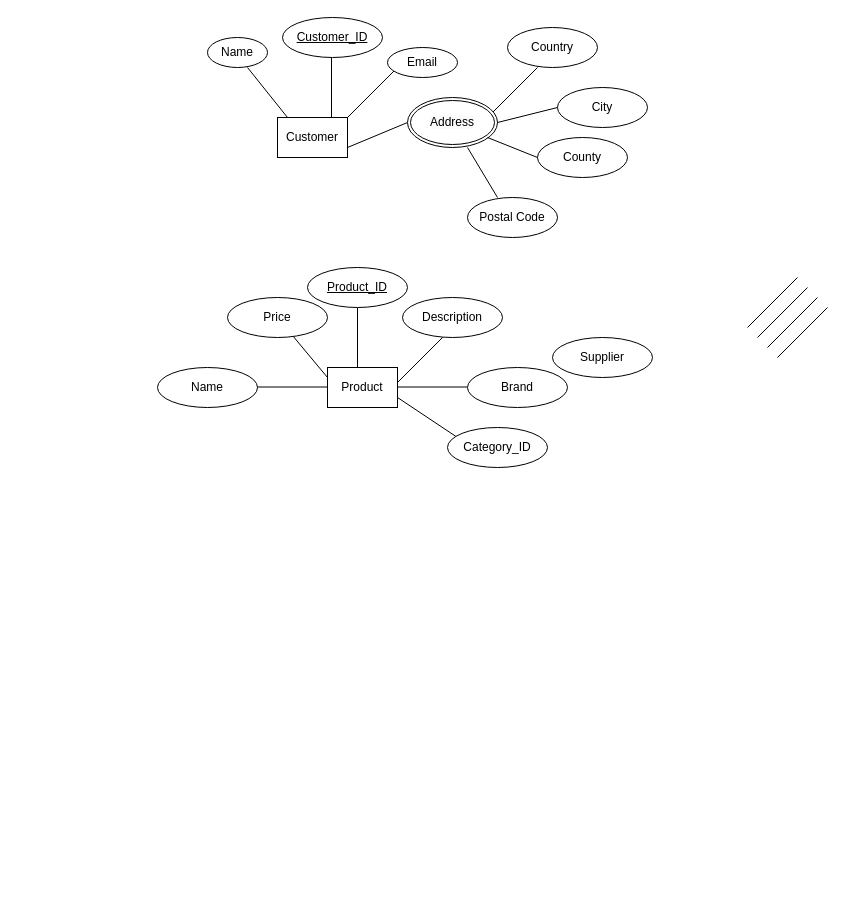
The draw.io diagram E_R_Diagram/Shalvi_ER.drawio in diego-karsa/Data-Management-Group-15, before the edit. Source tidied: cells renumbered, new cells numbered last; positions are measured from the earlier drawing's top-left corner, leaving out a move shared by most shapes. Both pictures are drawn from the tidied source at 100%, with x=0, y=0 at pixel (157, 17).
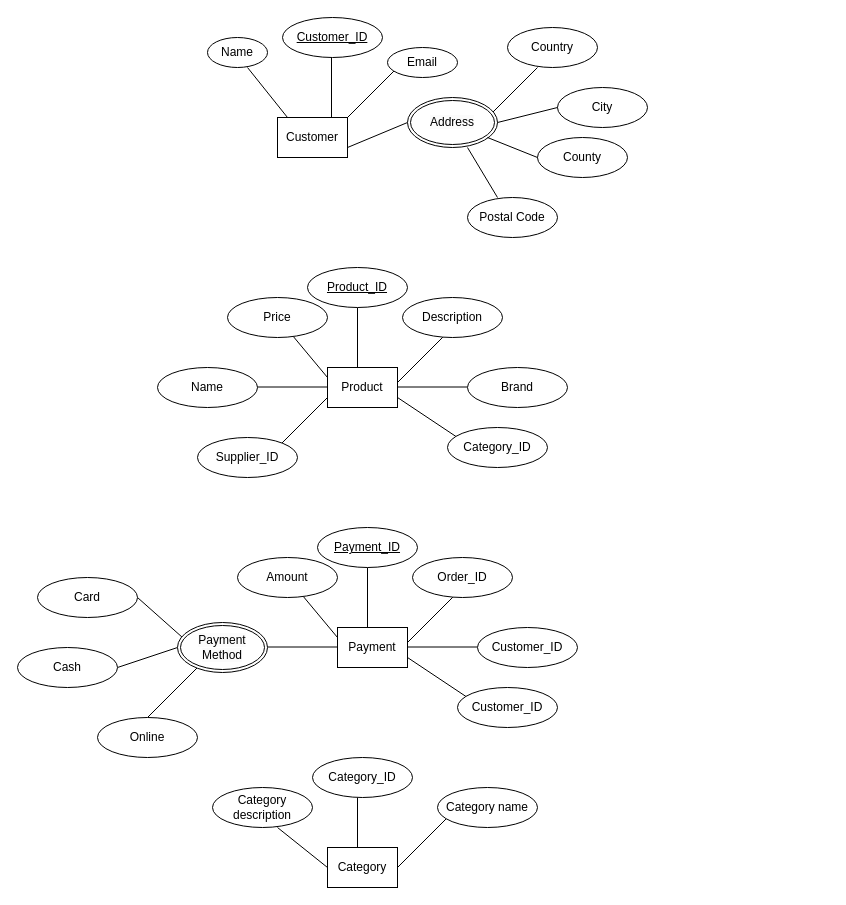
The same page after the edit.

What changed in the source:
```diff
@@
     <mxCell id="25" style="endArrow=none;html=1;" parent="1" edge="1">
       <mxGeometry relative="1" as="geometry">
-        <mxPoint x="590" y="310" as="sourcePoint" />
-        <mxPoint x="640" y="260" as="targetPoint" />
+        <mxPoint x="120" y="430" as="sourcePoint" />
+        <mxPoint x="170" y="380" as="targetPoint" />
       </mxGeometry>
     </mxCell>
     <mxCell id="26" style="endArrow=none;html=1;" parent="1" edge="1">
       <mxGeometry relative="1" as="geometry">
-        <mxPoint x="600" y="320" as="sourcePoint" />
-        <mxPoint x="650" y="270" as="targetPoint" />
+        <mxPoint x="-10" y="700" as="sourcePoint" />
+        <mxPoint x="40" y="650" as="targetPoint" />
       </mxGeometry>
     </mxCell>
-    <mxCell id="27" style="endArrow=none;html=1;" parent="1" edge="1">
+    <mxCell id="27" style="endArrow=none;html=1;entryX=0;entryY=0.5;entryDx=0;entryDy=0;" parent="1" edge="1" target="49">
       <mxGeometry relative="1" as="geometry">
-        <mxPoint x="610" y="330" as="sourcePoint" />
-        <mxPoint x="660" y="280" as="targetPoint" />
+        <mxPoint x="-40" y="650" as="sourcePoint" />
       </mxGeometry>
     </mxCell>
     <mxCell id="28" style="endArrow=none;html=1;" parent="1" edge="1">
       <mxGeometry relative="1" as="geometry">
-        <mxPoint x="620" y="340" as="sourcePoint" />
-        <mxPoint x="670" y="290" as="targetPoint" />
+        <mxPoint x="25" y="620" as="sourcePoint" />
+        <mxPoint x="-20" y="580" as="targetPoint" />
       </mxGeometry>
     </mxCell>
@@
-    <mxCell id="35" value="Supplier" style="ellipse;whiteSpace=wrap;html=1;" parent="1" vertex="1">
-      <mxGeometry x="395" y="320" width="100" height="40" as="geometry" />
+    <mxCell id="35" value="Supplier_ID" style="ellipse;whiteSpace=wrap;html=1;" parent="1" vertex="1">
+      <mxGeometry x="40" y="420" width="100" height="40" as="geometry" />
     </mxCell>
@@
+    <mxCell id="37" style="endArrow=none;html=1;" parent="1" edge="1">
+      <mxGeometry relative="1" as="geometry">
+        <mxPoint x="250" y="625" as="sourcePoint" />
+        <mxPoint x="300" y="575" as="targetPoint" />
+      </mxGeometry>
+    </mxCell>
+    <mxCell id="38" value="Payment" style="rounded=0;whiteSpace=wrap;html=1;" parent="1" vertex="1">
+      <mxGeometry x="180" y="610" width="70" height="40" as="geometry" />
+    </mxCell>
+    <mxCell id="39" style="endArrow=none;html=1;" parent="1" edge="1">
+      <mxGeometry relative="1" as="geometry">
+        <mxPoint x="210" y="610" as="sourcePoint" />
+        <mxPoint x="210" y="550" as="targetPoint" />
+      </mxGeometry>
+    </mxCell>
+    <mxCell id="40" style="endArrow=none;html=1;startArrow=none;" parent="1" edge="1" source="45">
+      <mxGeometry relative="1" as="geometry">
+        <mxPoint x="180" y="620" as="targetPoint" />
+      </mxGeometry>
+    </mxCell>
+    <mxCell id="41" style="endArrow=none;html=1;" parent="1" edge="1">
+      <mxGeometry relative="1" as="geometry">
+        <mxPoint x="250" y="629.5" as="sourcePoint" />
+        <mxPoint x="320" y="629.5" as="targetPoint" />
+      </mxGeometry>
+    </mxCell>
+    <mxCell id="42" style="endArrow=none;html=1;" parent="1" edge="1">
+      <mxGeometry relative="1" as="geometry">
+        <mxPoint x="310" y="680" as="sourcePoint" />
+        <mxPoint x="250" y="640" as="targetPoint" />
+      </mxGeometry>
+    </mxCell>
+    <mxCell id="43" value="&lt;u&gt;Payment_ID&lt;/u&gt;" style="ellipse;whiteSpace=wrap;html=1;" parent="1" vertex="1">
+      <mxGeometry x="160" y="510" width="100" height="40" as="geometry" />
+    </mxCell>
+    <mxCell id="44" value="Order_ID" style="ellipse;whiteSpace=wrap;html=1;" parent="1" vertex="1">
+      <mxGeometry x="255" y="540" width="100" height="40" as="geometry" />
+    </mxCell>
+    <mxCell id="45" value="Amount" style="ellipse;whiteSpace=wrap;html=1;" parent="1" vertex="1">
+      <mxGeometry x="80" y="540" width="100" height="40" as="geometry" />
+    </mxCell>
+    <mxCell id="46" value="Customer_ID" style="ellipse;whiteSpace=wrap;html=1;" parent="1" vertex="1">
+      <mxGeometry x="300" y="670" width="100" height="40" as="geometry" />
+    </mxCell>
+    <mxCell id="47" value="Customer_ID" style="ellipse;whiteSpace=wrap;html=1;" parent="1" vertex="1">
+      <mxGeometry x="320" y="610" width="100" height="40" as="geometry" />
+    </mxCell>
+    <mxCell id="48" style="endArrow=none;html=1;" parent="1" edge="1">
+      <mxGeometry relative="1" as="geometry">
+        <mxPoint x="110" y="629.5" as="sourcePoint" />
+        <mxPoint x="180" y="629.5" as="targetPoint" />
+      </mxGeometry>
+    </mxCell>
+    <mxCell id="49" value="&lt;span style=&quot;color: rgb(0, 0, 0); font-family: Helvetica; font-size: 12px; font-style: normal; font-variant-ligatures: normal; font-variant-caps: normal; font-weight: 400; letter-spacing: normal; orphans: 2; text-align: center; text-indent: 0px; text-transform: none; widows: 2; word-spacing: 0px; -webkit-text-stroke-width: 0px; background-color: rgb(251, 251, 251); text-decoration-thickness: initial; text-decoration-style: initial; text-decoration-color: initial; float: none; display: inline !important;&quot;&gt;Payment Method&lt;/span&gt;" style="ellipse;shape=doubleEllipse;margin=3;whiteSpace=wrap;html=1;align=center;" parent="1" vertex="1">
+      <mxGeometry x="20" y="605" width="90" height="50" as="geometry" />
+    </mxCell>
+    <mxCell id="50" value="Card" style="ellipse;whiteSpace=wrap;html=1;" parent="1" vertex="1">
+      <mxGeometry x="-120" y="560" width="100" height="40" as="geometry" />
+    </mxCell>
+    <mxCell id="51" value="Cash" style="ellipse;whiteSpace=wrap;html=1;" parent="1" vertex="1">
+      <mxGeometry x="-140" y="630" width="100" height="40" as="geometry" />
+    </mxCell>
+    <mxCell id="52" value="Online" style="ellipse;whiteSpace=wrap;html=1;" parent="1" vertex="1">
+      <mxGeometry x="-60" y="700" width="100" height="40" as="geometry" />
+    </mxCell>
+    <mxCell id="53" value="Category" style="rounded=0;whiteSpace=wrap;html=1;" parent="1" vertex="1">
+      <mxGeometry x="170" y="830" width="70" height="40" as="geometry" />
+    </mxCell>
+    <mxCell id="54" style="endArrow=none;html=1;" parent="1" edge="1">
+      <mxGeometry relative="1" as="geometry">
+        <mxPoint x="120" y="810" as="sourcePoint" />
+        <mxPoint x="170" y="850" as="targetPoint" />
+      </mxGeometry>
+    </mxCell>
+    <mxCell id="55" style="endArrow=none;html=1;" parent="1" edge="1">
+      <mxGeometry relative="1" as="geometry">
+        <mxPoint x="200" y="830" as="sourcePoint" />
+        <mxPoint x="200" y="780" as="targetPoint" />
+      </mxGeometry>
+    </mxCell>
+    <mxCell id="56" style="endArrow=none;html=1;" parent="1" edge="1">
+      <mxGeometry relative="1" as="geometry">
+        <mxPoint x="240" y="850" as="sourcePoint" />
+        <mxPoint x="290" y="800" as="targetPoint" />
+      </mxGeometry>
+    </mxCell>
+    <mxCell id="57" value="Category description" style="ellipse;whiteSpace=wrap;html=1;" parent="1" vertex="1">
+      <mxGeometry x="55" y="770" width="100" height="40" as="geometry" />
+    </mxCell>
+    <mxCell id="58" value="Category name" style="ellipse;whiteSpace=wrap;html=1;" parent="1" vertex="1">
+      <mxGeometry x="280" y="770" width="100" height="40" as="geometry" />
+    </mxCell>
+    <mxCell id="59" value="Category_ID" style="ellipse;whiteSpace=wrap;html=1;" parent="1" vertex="1">
+      <mxGeometry x="155" y="740" width="100" height="40" as="geometry" />
+    </mxCell>
```
